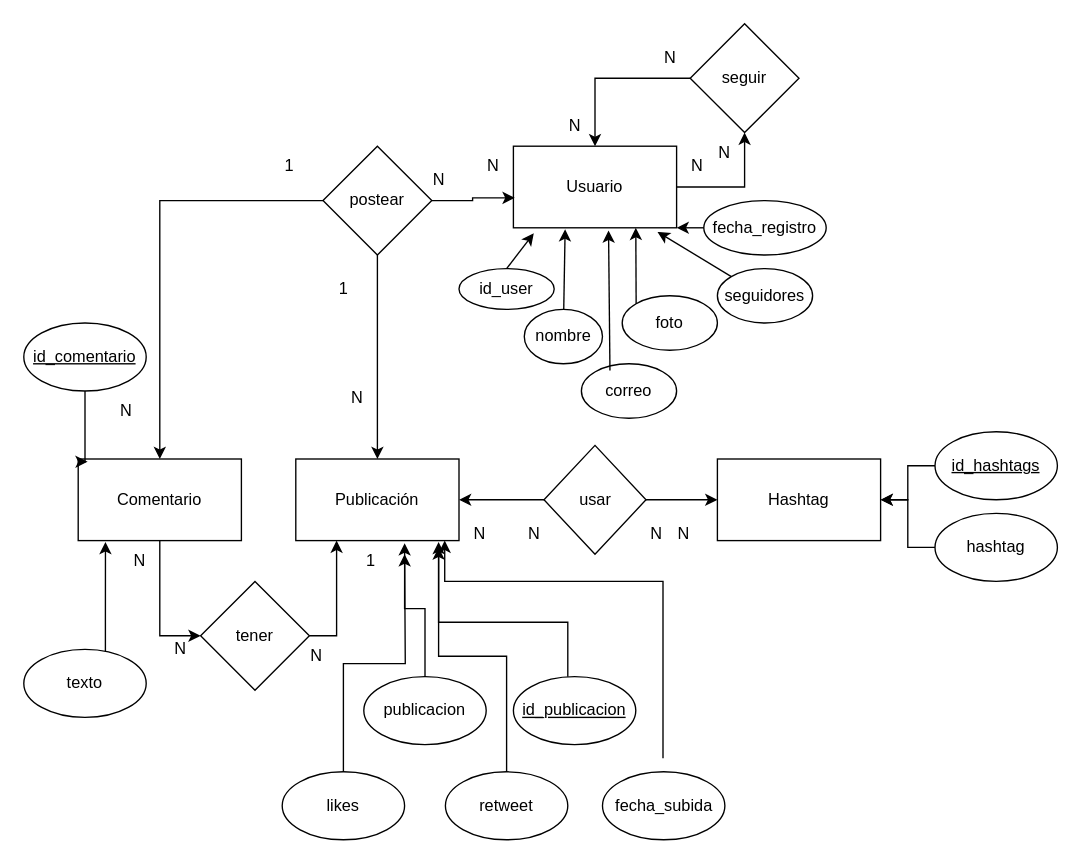
Before: ej16.drawio in adriii28/amr-tsys-C3U12-11102023, a draw.io diagram. Source tidied: cells renumbered, new cells numbered last; positions are measured from the earlier drawing's top-left corner, leaving out a move shared by most shapes. Both pictures are drawn from the tidied source at 136%, with x=0, y=0 at pixel (23, 23).
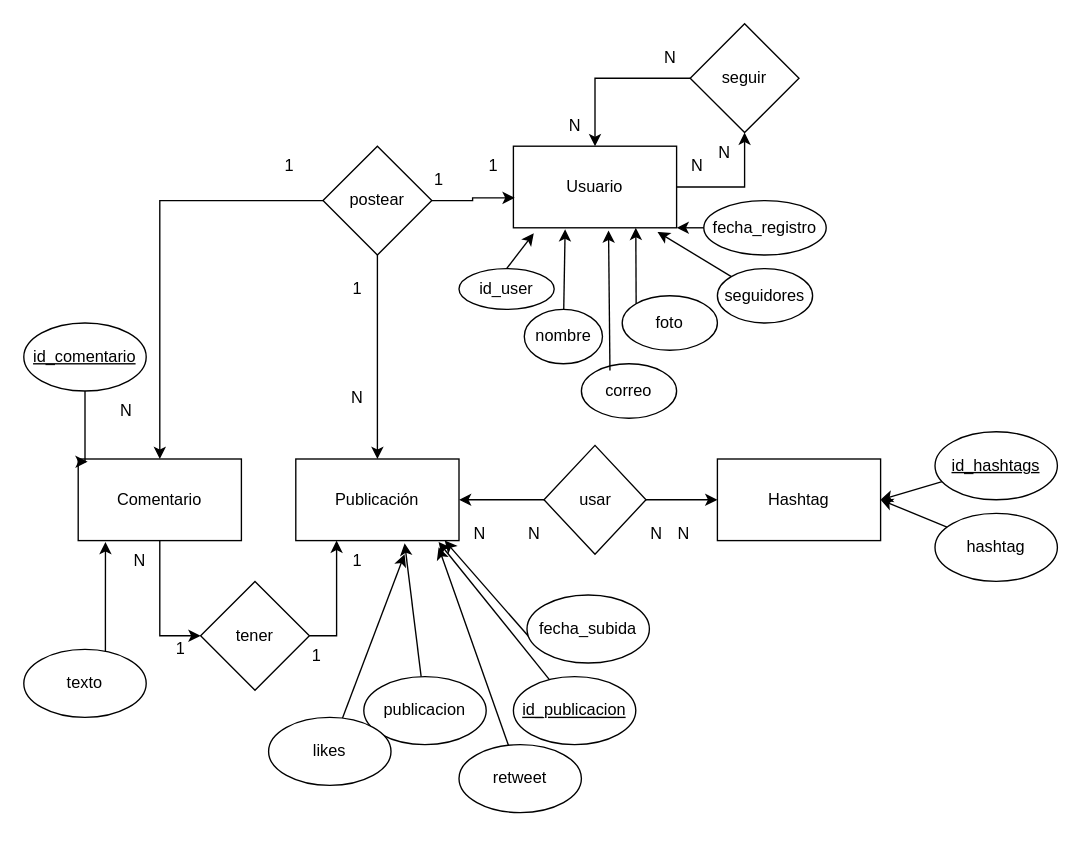
After the change.

The change refers to these unchanged cells:
```xml
<mxCell id="4" value="Publicación" style="rounded=0;whiteSpace=wrap;html=1;" parent="1" vertex="1">
  <mxGeometry x="200" y="320" width="120" height="60" as="geometry" />
</mxCell>
<mxCell id="5" value="&lt;div&gt;Hashtag&lt;/div&gt;" style="rounded=0;whiteSpace=wrap;html=1;" parent="1" vertex="1">
  <mxGeometry x="510" y="320" width="120" height="60" as="geometry" />
</mxCell>
<mxCell id="53" value="&lt;u&gt;id_publicacion&lt;br&gt;&lt;/u&gt;" style="ellipse;whiteSpace=wrap;html=1;" parent="1" vertex="1">
  <mxGeometry x="360" y="480" width="90" height="50" as="geometry" />
</mxCell>
<mxCell id="54" value="&lt;span&gt;publicacion&lt;br&gt;&lt;/span&gt;" style="ellipse;whiteSpace=wrap;html=1;fontStyle=0;" parent="1" vertex="1">
  <mxGeometry x="250" y="480" width="90" height="50" as="geometry" />
</mxCell>
<mxCell id="58" value="&lt;u&gt;id_hashtags&lt;br&gt;&lt;/u&gt;" style="ellipse;whiteSpace=wrap;html=1;" parent="1" vertex="1">
  <mxGeometry x="670" y="300" width="90" height="50" as="geometry" />
</mxCell>
<mxCell id="60" value="&lt;span&gt;hashtag&lt;br&gt;&lt;/span&gt;" style="ellipse;whiteSpace=wrap;html=1;fontStyle=0;" parent="1" vertex="1">
  <mxGeometry x="670" y="360" width="90" height="50" as="geometry" />
</mxCell>
```

What changed in the source:
```diff
@@
-    <mxCell id="31" value="N" style="text;html=1;align=center;verticalAlign=middle;strokeColor=none;fillColor=none;" parent="1" vertex="1">
+    <mxCell id="31" value="1" style="text;html=1;align=center;verticalAlign=middle;strokeColor=none;fillColor=none;" parent="1" vertex="1">
       <mxGeometry x="330" y="90" width="30" height="30" as="geometry" />
     </mxCell>
@@
     <mxCell id="33" value="1" style="text;html=1;align=center;verticalAlign=middle;strokeColor=none;fillColor=none;" parent="1" vertex="1">
-      <mxGeometry x="220" y="180" width="30" height="30" as="geometry" />
+      <mxGeometry x="230" y="180" width="30" height="30" as="geometry" />
     </mxCell>
-    <mxCell id="34" value="N" style="text;html=1;align=center;verticalAlign=middle;strokeColor=none;fillColor=none;" parent="1" vertex="1">
+    <mxCell id="34" value="1" style="text;html=1;align=center;verticalAlign=middle;strokeColor=none;fillColor=none;" parent="1" vertex="1">
       <mxGeometry x="290" y="100" width="30" height="30" as="geometry" />
     </mxCell>
@@
     <mxCell id="43" value="1" style="text;html=1;align=center;verticalAlign=middle;strokeColor=none;fillColor=none;" parent="1" vertex="1">
-      <mxGeometry x="240" y="380" width="30" height="30" as="geometry" />
+      <mxGeometry x="200" y="450" width="30" height="30" as="geometry" />
     </mxCell>
@@
-    <mxCell id="45" value="N" style="text;html=1;align=center;verticalAlign=middle;strokeColor=none;fillColor=none;" parent="1" vertex="1">
-      <mxGeometry x="200" y="450" width="30" height="30" as="geometry" />
+    <mxCell id="45" value="1" style="text;html=1;align=center;verticalAlign=middle;strokeColor=none;fillColor=none;" parent="1" vertex="1">
+      <mxGeometry x="230" y="380" width="30" height="30" as="geometry" />
     </mxCell>
@@
-    <mxCell id="47" value="N" style="text;html=1;align=center;verticalAlign=middle;strokeColor=none;fillColor=none;" parent="1" vertex="1">
+    <mxCell id="47" value="1" style="text;html=1;align=center;verticalAlign=middle;strokeColor=none;fillColor=none;" parent="1" vertex="1">
       <mxGeometry x="100" y="445" width="30" height="30" as="geometry" />
     </mxCell>
@@
-    <mxCell id="55" style="edgeStyle=orthogonalEdgeStyle;rounded=0;jettySize=auto;html=1;entryX=0.667;entryY=1.033;entryDx=0;entryDy=0;entryPerimeter=0;" parent="1" edge="1" source="54" target="4">
+    <mxCell id="55" style="rounded=0;jettySize=auto;html=1;entryX=0.667;entryY=1.033;entryDx=0;entryDy=0;entryPerimeter=0;" parent="1" edge="1" source="54" target="4">
       <mxGeometry relative="1" as="geometry" />
     </mxCell>
-    <mxCell id="56" style="edgeStyle=orthogonalEdgeStyle;rounded=0;jettySize=auto;html=1;entryX=0.875;entryY=1.017;entryDx=0;entryDy=0;entryPerimeter=0;" parent="1" edge="1" source="53" target="4">
-      <mxGeometry relative="1" as="geometry">
-        <Array as="points">
-          <mxPoint x="400" y="440" />
-          <mxPoint x="305" y="440" />
-        </Array>
-      </mxGeometry>
+    <mxCell id="56" style="rounded=0;jettySize=auto;html=1;entryX=0.875;entryY=1.017;entryDx=0;entryDy=0;entryPerimeter=0;" parent="1" edge="1" source="53" target="4">
+      <mxGeometry relative="1" as="geometry" />
     </mxCell>
-    <mxCell id="57" style="edgeStyle=orthogonalEdgeStyle;rounded=0;jettySize=auto;html=1;entryX=1;entryY=0.5;entryDx=0;entryDy=0;" parent="1" edge="1" source="58" target="5">
+    <mxCell id="57" style="rounded=0;jettySize=auto;html=1;entryX=1;entryY=0.5;entryDx=0;entryDy=0;" parent="1" edge="1" source="58" target="5">
       <mxGeometry relative="1" as="geometry" />
     </mxCell>
@@
-    <mxCell id="59" style="edgeStyle=orthogonalEdgeStyle;rounded=0;jettySize=auto;html=1;entryX=1;entryY=0.5;entryDx=0;entryDy=0;" parent="1" edge="1" source="60" target="5">
+    <mxCell id="59" style="rounded=0;jettySize=auto;html=1;entryX=1;entryY=0.5;entryDx=0;entryDy=0;" parent="1" edge="1" source="60" target="5">
       <mxGeometry relative="1" as="geometry" />
     </mxCell>
@@
-    <mxCell id="61" style="edgeStyle=orthogonalEdgeStyle;rounded=0;jettySize=auto;html=1;" parent="1" edge="1" source="62">
+    <mxCell id="61" style="rounded=0;jettySize=auto;html=1;" parent="1" edge="1" source="62">
       <mxGeometry relative="1" as="geometry">
         <mxPoint x="280" y="390" as="targetPoint" />
       </mxGeometry>
     </mxCell>
     <mxCell id="62" value="&lt;span&gt;likes&lt;br&gt;&lt;/span&gt;" style="ellipse;whiteSpace=wrap;html=1;fontStyle=0;" parent="1" vertex="1">
-      <mxGeometry x="190" y="550" width="90" height="50" as="geometry" />
+      <mxGeometry x="180" y="510" width="90" height="50" as="geometry" />
     </mxCell>
     <mxCell id="63" value="&lt;span&gt;retweet&lt;br&gt;&lt;/span&gt;" style="ellipse;whiteSpace=wrap;html=1;fontStyle=0;" parent="1" vertex="1">
-      <mxGeometry x="310" y="550" width="90" height="50" as="geometry" />
+      <mxGeometry x="320" y="530" width="90" height="50" as="geometry" />
     </mxCell>
-    <mxCell id="64" style="edgeStyle=orthogonalEdgeStyle;rounded=0;orthogonalLoop=1;jettySize=auto;html=1;" parent="1" edge="1">
+    <mxCell id="64" style="rounded=0;jettySize=auto;html=1;exitX=0.028;exitY=0.64;exitDx=0;exitDy=0;exitPerimeter=0;" parent="1" edge="1" source="65">
       <mxGeometry relative="1" as="geometry">
-        <mxPoint x="470" y="540" as="sourcePoint" />
         <mxPoint x="309.5" y="380" as="targetPoint" />
-        <Array as="points">
-          <mxPoint x="470.5" y="410" />
-          <mxPoint x="309.5" y="410" />
-        </Array>
       </mxGeometry>
     </mxCell>
     <mxCell id="65" value="&lt;span&gt;fecha_subida&lt;br&gt;&lt;/span&gt;" style="ellipse;whiteSpace=wrap;html=1;fontStyle=0;" parent="1" vertex="1">
-      <mxGeometry x="425.5" y="550" width="90" height="50" as="geometry" />
+      <mxGeometry x="370" y="420" width="90" height="50" as="geometry" />
     </mxCell>
-    <mxCell id="66" style="edgeStyle=orthogonalEdgeStyle;rounded=0;jettySize=auto;html=1;entryX=0.875;entryY=1.083;entryDx=0;entryDy=0;entryPerimeter=0;" parent="1" edge="1" source="63" target="4">
+    <mxCell id="66" style="rounded=0;jettySize=auto;html=1;entryX=0.875;entryY=1.083;entryDx=0;entryDy=0;entryPerimeter=0;" parent="1" edge="1" source="63" target="4">
       <mxGeometry relative="1" as="geometry" />
     </mxCell>
```
